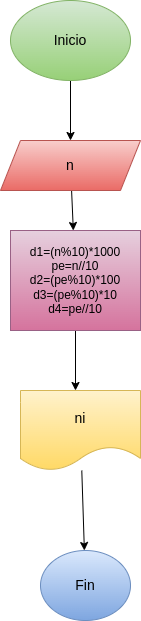
mariaangeli/Invertir_numeros_4digitos- keeps this draw.io diagram as diagrama.png. Above is the earlier version. Source tidied: cells renumbered, new cells last; positions are measured from the earlier drawing's top-left corner, leaving out a move shared by most shapes.
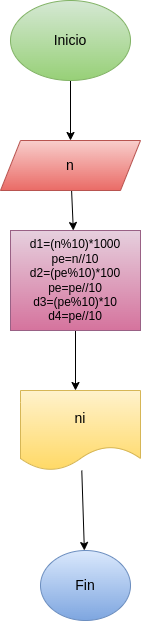
Above is the later version.

Commit message:
se modifico el diagrama

What changed in the source:
```diff
@@ -20,7 +20,7 @@
         <mxPoint x="75" y="390" as="targetPoint" />
       </mxGeometry>
     </mxCell>
-    <mxCell id="7" value="&lt;font color=&quot;#000000&quot;&gt;d1=(n%10)*1000&lt;br&gt;pe=n//10&lt;br&gt;d2=(pe%10)*100&lt;br&gt;d3=(pe%10)*10&lt;br&gt;d4=pe//10&lt;br&gt;&lt;/font&gt;" style="whiteSpace=wrap;html=1;fillColor=#e6d0de;strokeColor=#996185;gradientColor=#d5739d;" parent="1" vertex="1">
+    <mxCell id="7" value="&lt;font color=&quot;#000000&quot;&gt;d1=(n%10)*1000&lt;br&gt;pe=n//10&lt;br&gt;d2=(pe%10)*100&lt;br&gt;pe=pe//10&lt;br&gt;d3=(pe%10)*10&lt;br&gt;d4=pe//10&lt;br&gt;&lt;/font&gt;" style="whiteSpace=wrap;html=1;fillColor=#e6d0de;strokeColor=#996185;gradientColor=#d5739d;" parent="1" vertex="1">
       <mxGeometry x="10" y="230" width="130" height="100" as="geometry" />
     </mxCell>
     <mxCell id="8" style="edgeStyle=none;html=1;" parent="1" edge="1" source="9" target="10">
```
